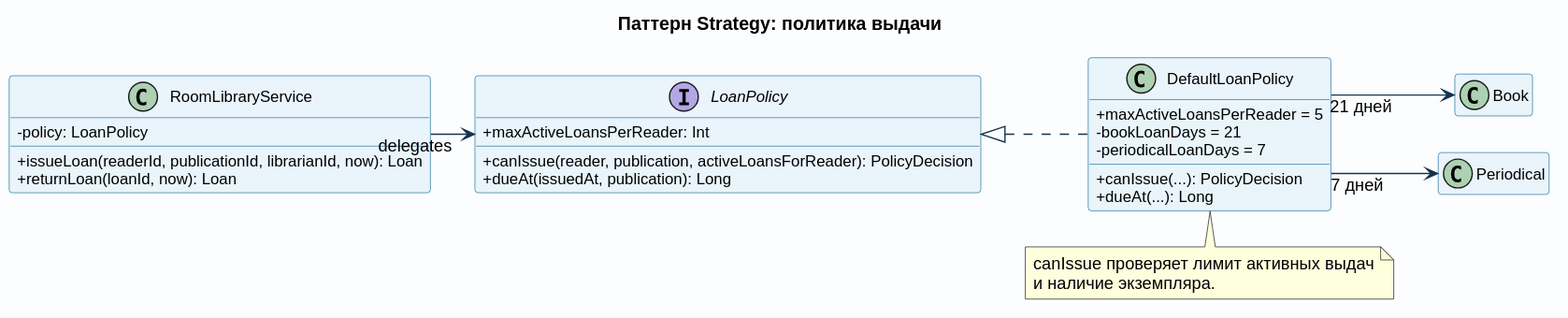
pank-suai/course-oop-library keeps this PlantUML diagram as docs/images/pattern_strategy.svg. Above is the earlier version. Its diagram source:
```plantuml
@startuml
left to right direction
skinparam backgroundColor #FBFDFF
skinparam shadowing false
skinparam defaultFontName Arial
skinparam classFontSize 15
skinparam classAttributeFontSize 12
skinparam classAttributeIconSize 0
skinparam packageStyle rectangle
skinparam linetype ortho
skinparam nodesep 28
skinparam ranksep 34
skinparam ArrowColor #17324D
skinparam ClassBorderColor #24739B
skinparam ClassBackgroundColor #E9F4FB
skinparam InterfaceBorderColor #735A9B
skinparam InterfaceBackgroundColor #F0EDFA
hide empty members

title Паттерн Strategy: политика выдачи

class RoomLibraryService {
  -policy: LoanPolicy
  +issueLoan(readerId, publicationId, librarianId, now): Loan
  +returnLoan(loanId, now): Loan
}
interface LoanPolicy {
  +maxActiveLoansPerReader: Int
  +canIssue(reader, publication, activeLoansForReader): PolicyDecision
  +dueAt(issuedAt, publication): Long
}
class DefaultLoanPolicy {
  +maxActiveLoansPerReader = 5
  -bookLoanDays = 21
  -periodicalLoanDays = 7
  +canIssue(...): PolicyDecision
  +dueAt(...): Long
}
class Book
class Periodical

RoomLibraryService --> LoanPolicy : delegates
LoanPolicy <|.. DefaultLoanPolicy
DefaultLoanPolicy --> Book : 21 дней
DefaultLoanPolicy --> Periodical : 7 дней
note bottom of DefaultLoanPolicy
  canIssue проверяет лимит активных выдач
  и наличие экземпляра.
end note
@enduml
```
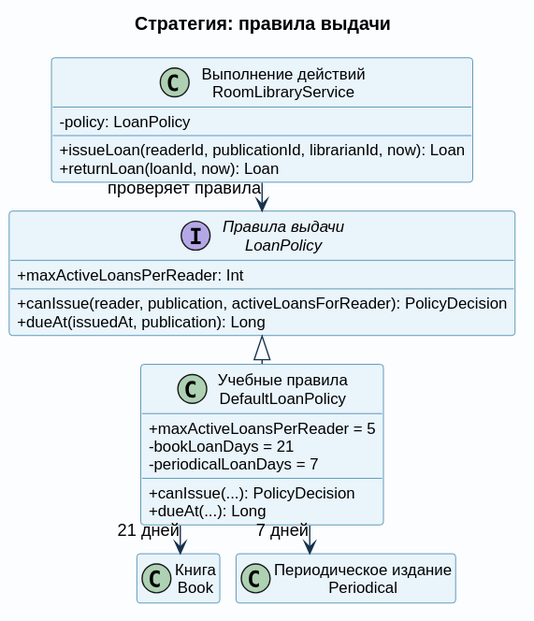
Later version of the same file.

Change to the diagram source:
```diff
@@ -1,5 +1,5 @@
 @startuml
-left to right direction
+top to bottom direction
 skinparam backgroundColor #FBFDFF
 skinparam shadowing false
 skinparam defaultFontName Arial
@@ -8,8 +8,8 @@
 skinparam classAttributeIconSize 0
 skinparam packageStyle rectangle
 skinparam linetype ortho
-skinparam nodesep 28
-skinparam ranksep 34
+skinparam nodesep 12
+skinparam ranksep 22
 skinparam ArrowColor #17324D
 skinparam ClassBorderColor #24739B
 skinparam ClassBackgroundColor #E9F4FB
@@ -17,34 +17,30 @@
 skinparam InterfaceBackgroundColor #F0EDFA
 hide empty members
 
-title Паттерн Strategy: политика выдачи
+title Стратегия: правила выдачи
 
-class RoomLibraryService {
+class "Выполнение действий\nRoomLibraryService" as RoomLibraryService {
   -policy: LoanPolicy
   +issueLoan(readerId, publicationId, librarianId, now): Loan
   +returnLoan(loanId, now): Loan
 }
-interface LoanPolicy {
+interface "Правила выдачи\nLoanPolicy" as LoanPolicy {
   +maxActiveLoansPerReader: Int
   +canIssue(reader, publication, activeLoansForReader): PolicyDecision
   +dueAt(issuedAt, publication): Long
 }
-class DefaultLoanPolicy {
+class "Учебные правила\nDefaultLoanPolicy" as DefaultLoanPolicy {
   +maxActiveLoansPerReader = 5
   -bookLoanDays = 21
   -periodicalLoanDays = 7
   +canIssue(...): PolicyDecision
   +dueAt(...): Long
 }
-class Book
-class Periodical
+class "Книга\nBook" as Book
+class "Периодическое издание\nPeriodical" as Periodical
 
-RoomLibraryService --> LoanPolicy : delegates
+RoomLibraryService --> LoanPolicy : проверяет правила
 LoanPolicy <|.. DefaultLoanPolicy
 DefaultLoanPolicy --> Book : 21 дней
 DefaultLoanPolicy --> Periodical : 7 дней
-note bottom of DefaultLoanPolicy
-  canIssue проверяет лимит активных выдач
-  и наличие экземпляра.
-end note
 @enduml
```
